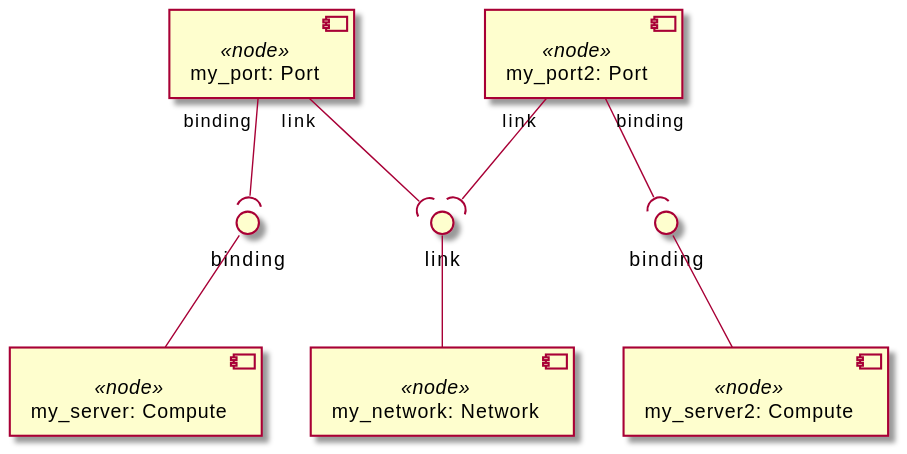
Before: examples/ariatosca/diagrams/uml2/network-3-1.0-uml2-component-diagram1.svg, a diagram exported from PlantUML (Orange-OpenSource/Cloudnet-TOSCA-toolbox).
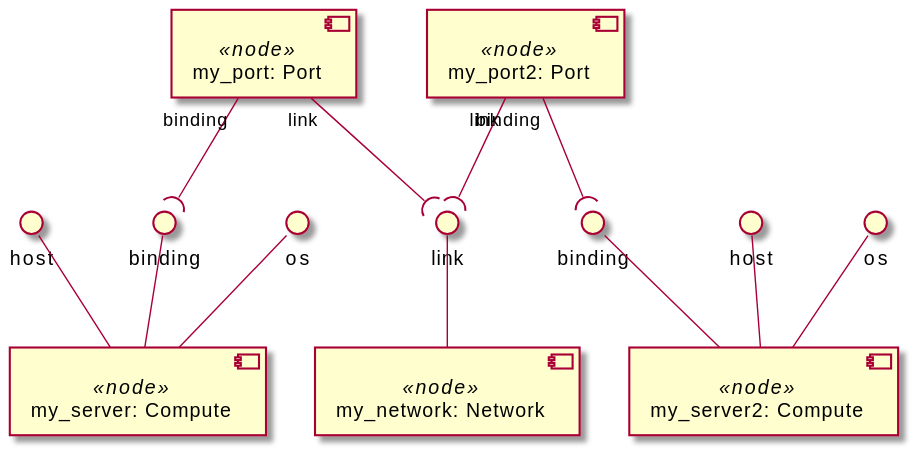
Later version of the same file.

Change to the diagram source:
```diff
@@ -2,23 +2,31 @@
 skinparam componentStyle uml2
 
 component "my_server: Compute" <<node>> as node_my_server
+interface "host" as node_my_server_host
+node_my_server_host -- node_my_server
+interface "binding" as node_my_server_binding
+node_my_server_binding -- node_my_server
+interface "os" as node_my_server_os
+node_my_server_os -- node_my_server
 
 component "my_server2: Compute" <<node>> as node_my_server2
+interface "host" as node_my_server2_host
+node_my_server2_host -- node_my_server2
+interface "binding" as node_my_server2_binding
+node_my_server2_binding -- node_my_server2
+interface "os" as node_my_server2_os
+node_my_server2_os -- node_my_server2
 
 component "my_network: Network" <<node>> as node_my_network
+interface "link" as node_my_network_link
+node_my_network_link -- node_my_network
 
 component "my_port: Port" <<node>> as node_my_port
 
 component "my_port2: Port" <<node>> as node_my_port2
 
-interface "binding" as node_my_server_binding
-node_my_server_binding -- node_my_server
 node_my_port "binding" --( node_my_server_binding
-interface "link" as node_my_network_link
-node_my_network_link -- node_my_network
 node_my_port "link" --( node_my_network_link
-interface "binding" as node_my_server2_binding
-node_my_server2_binding -- node_my_server2
 node_my_port2 "binding" --( node_my_server2_binding
 node_my_port2 "link" --( node_my_network_link
 @enduml
```
